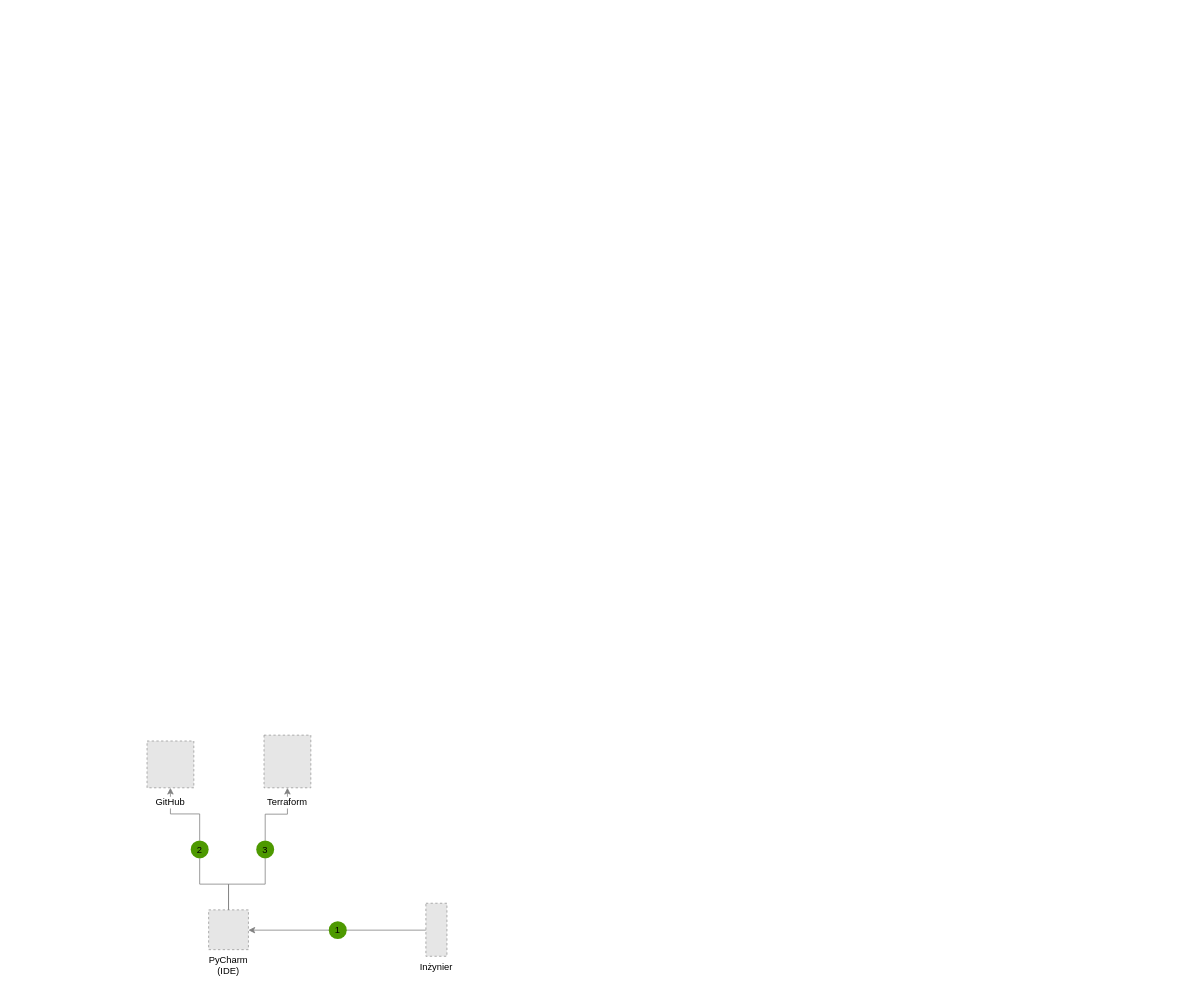
Before: Untitled Diagram.drawio in Qerdo97/PracaInzynierska, a draw.io diagram. Source tidied: cells renumbered, new cells numbered last; positions are measured from the earlier drawing's top-left corner, leaving out a move shared by most shapes. Both pictures are drawn from the tidied source at 78%, with x=0, y=0 at pixel (147, 735). Pictures stored in the file or linked from it are replaced by grey dashed boxes.
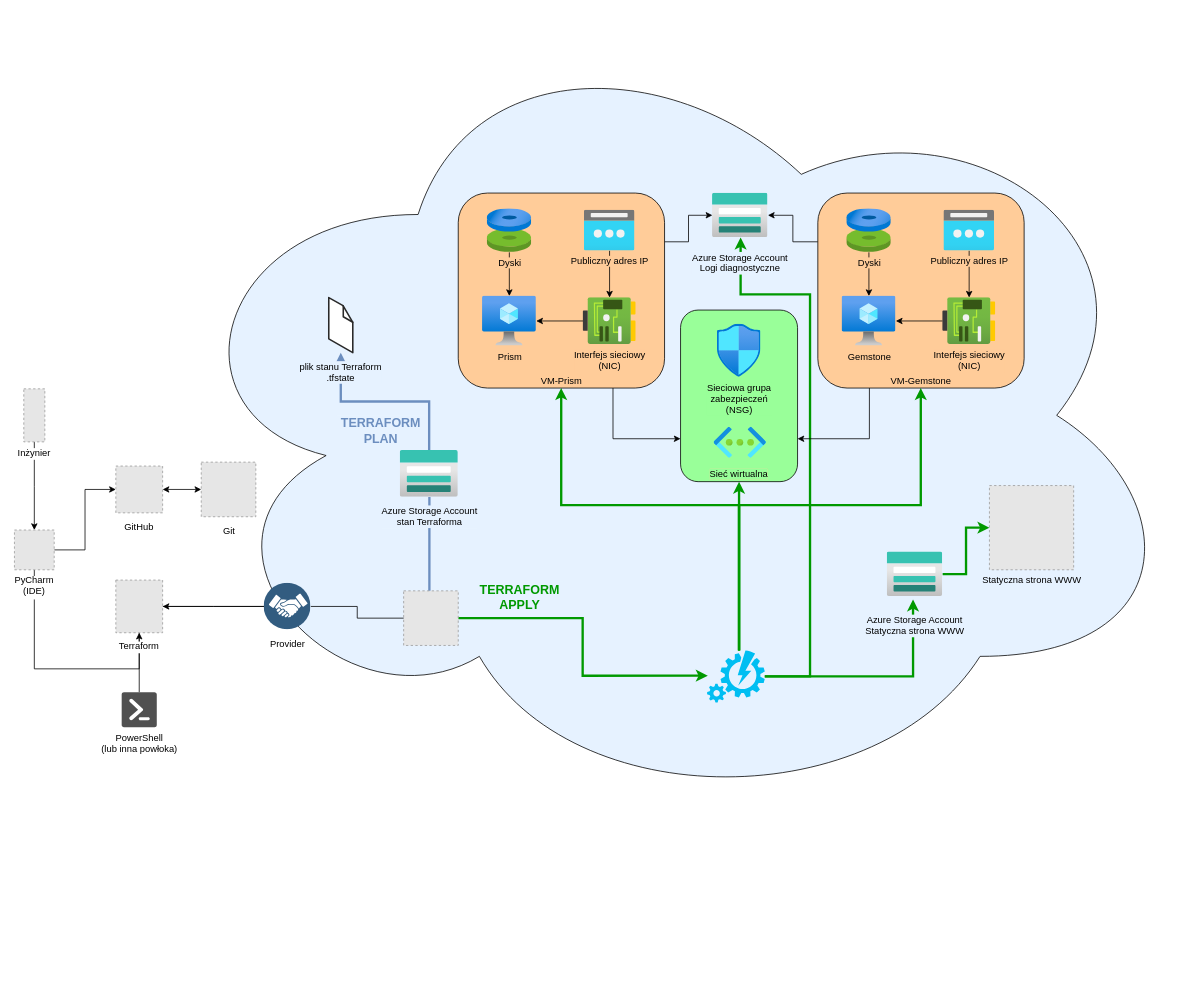
The same page after the edit.

Change to the diagram source:
```diff
@@
-    <mxCell id="2" style="edgeStyle=orthogonalEdgeStyle;rounded=0;jettySize=auto;html=1;exitX=0.5;exitY=0;exitDx=0;exitDy=0;entryX=0.5;entryY=1;entryDx=0;entryDy=0;startArrow=none;strokeColor=#808080;" parent="1" edge="1" source="12" target="6">
-      <mxGeometry relative="1" as="geometry" />
-    </mxCell>
-    <mxCell id="3" style="edgeStyle=elbowEdgeStyle;rounded=0;jettySize=auto;elbow=vertical;html=1;strokeColor=#808080;startArrow=none;" parent="1" edge="1" source="10" target="5">
-      <mxGeometry relative="1" as="geometry" />
-    </mxCell>
+    <mxCell id="14" style="edgeStyle=orthogonalEdgeStyle;rounded=0;jettySize=auto;html=1;entryX=0.5;entryY=1;entryDx=0;entryDy=0;fontSize=16;fontColor=#009900;startArrow=none;startFill=0;endArrow=classic;endFill=1;strokeColor=#000000;strokeWidth=1;" parent="1" edge="1" source="7" target="6">
+      <mxGeometry relative="1" as="geometry">
+        <Array as="points">
+          <mxPoint x="-145" y="-85" />
+          <mxPoint x="-10" y="-85" />
+        </Array>
+      </mxGeometry>
+    </mxCell>
+    <mxCell id="15" style="edgeStyle=orthogonalEdgeStyle;rounded=0;jettySize=auto;html=1;entryX=0.5;entryY=1;entryDx=0;entryDy=0;fontColor=default;startArrow=none;startFill=0;endArrow=none;endFill=0;strokeColor=#000000;" parent="1" edge="1" source="21" target="6">
+      <mxGeometry relative="1" as="geometry" />
+    </mxCell>
-    <mxCell id="4" style="edgeStyle=elbowEdgeStyle;rounded=0;jettySize=auto;elbow=vertical;html=1;strokeColor=#808080;" parent="1" edge="1" source="8" target="7">
+    <mxCell id="4" style="edgeStyle=elbowEdgeStyle;rounded=0;jettySize=auto;elbow=vertical;html=1;strokeColor=#000000;" parent="1" edge="1" source="8" target="7">
       <mxGeometry relative="1" as="geometry" />
     </mxCell>
+    <mxCell id="16" style="edgeStyle=orthogonalEdgeStyle;rounded=0;jettySize=auto;html=1;fontColor=#000000;startArrow=none;startFill=0;endArrow=none;endFill=0;strokeColor=#000000;" parent="1" edge="1" source="6" target="22">
+      <mxGeometry relative="1" as="geometry" />
+    </mxCell>
+    <mxCell id="17" style="edgeStyle=orthogonalEdgeStyle;rounded=0;jettySize=auto;html=1;fontColor=#000000;startArrow=classic;startFill=1;endArrow=none;endFill=0;strokeColor=#000000;" parent="1" edge="1" source="6" target="22">
+      <mxGeometry relative="1" as="geometry" />
+    </mxCell>
+    <mxCell id="8" value="Inżynier" style="fillColor=#E6E6E6;strokeColor=#999999;dashed=1;verticalLabelPosition=bottom;labelBackgroundColor=default;verticalAlign=top;" parent="1" vertex="1">
+      <mxGeometry x="-158" y="-444" width="27" height="68" as="geometry" />
+    </mxCell>
+    <mxCell id="18" style="ellipse;shape=cloud;whiteSpace=wrap;html=1;labelBackgroundColor=default;fillColor=#E6F2FF;" parent="1" vertex="1">
+      <mxGeometry x="20" y="-925" width="1310" height="1030" as="geometry" />
+    </mxCell>
+    <mxCell id="19" style="edgeStyle=orthogonalEdgeStyle;rounded=0;jettySize=auto;html=1;exitX=0.5;exitY=0;exitDx=0;exitDy=0;startArrow=none;startFill=1;strokeColor=#6c8ebf;fillColor=#dae8fc;strokeWidth=3;" parent="1" edge="1" source="62" target="20">
+      <mxGeometry relative="1" as="geometry" />
+    </mxCell>
+    <mxCell id="20" value="plik stanu Terraform&lt;br&gt;.tfstate" style="verticalLabelPosition=bottom;html=1;verticalAlign=top;strokeWidth=1;align=center;outlineConnect=0;dashed=0;outlineConnect=0;shape=mxgraph.aws3d.file;strokeColor=#292929;labelBackgroundColor=#E6F2FF;spacingTop=4;" parent="1" vertex="1">
+      <mxGeometry x="233" y="-561" width="30.8" height="70.6" as="geometry" />
+    </mxCell>
+    <mxCell id="21" value="PowerShell&lt;br&gt;(lub inna powłoka)" style="sketch=0;shadow=0;dashed=0;html=1;strokeColor=none;fillColor=#505050;labelPosition=center;verticalLabelPosition=bottom;verticalAlign=top;outlineConnect=0;align=center;shape=mxgraph.office.concepts.powershell;labelBackgroundColor=default;labelBorderColor=none;fontColor=default;" parent="1" vertex="1">
+      <mxGeometry x="-32.5" y="-55" width="45" height="45" as="geometry" />
+    </mxCell>
+    <mxCell id="22" value="&lt;font color=&quot;#000000&quot;&gt;Provider&lt;/font&gt;" style="perimeter=ellipsePerimeter;html=1;align=center;shadow=0;dashed=0;fontColor=#4277BB;labelBackgroundColor=#ffffff;fontSize=12;spacingTop=4;image;image=img/lib/ibm/blockchain/membership_services_provider_api.svg;labelBorderColor=none;" parent="1" vertex="1">
+      <mxGeometry x="150" y="-195" width="60" height="60" as="geometry" />
+    </mxCell>
+    <mxCell id="23" style="edgeStyle=orthogonalEdgeStyle;rounded=0;jettySize=auto;html=1;exitX=1;exitY=0.5;exitDx=0;exitDy=0;entryX=0.013;entryY=0.486;entryDx=0;entryDy=0;entryPerimeter=0;fontColor=#000000;startArrow=none;startFill=0;endArrow=classic;endFill=1;strokeColor=#009900;strokeWidth=3;" parent="1" edge="1" source="25" target="32">
+      <mxGeometry relative="1" as="geometry" />
+    </mxCell>
+    <mxCell id="24" style="edgeStyle=orthogonalEdgeStyle;rounded=0;jettySize=auto;html=1;fontSize=16;fontColor=#009900;startArrow=none;startFill=0;endArrow=none;endFill=0;strokeColor=#6C8EBF;strokeWidth=3;" parent="1" edge="1" source="25" target="62">
+      <mxGeometry relative="1" as="geometry">
+        <Array as="points">
+          <mxPoint x="362" y="-205" />
+          <mxPoint x="362" y="-205" />
+        </Array>
+      </mxGeometry>
+    </mxCell>
+    <mxCell id="25" style="fillColor=#E6E6E6;strokeColor=#999999;dashed=1;verticalLabelPosition=bottom;labelBackgroundColor=#ffffff;verticalAlign=top;" parent="1" vertex="1">
+      <mxGeometry x="329" y="-185" width="70" height="70" as="geometry" />
+    </mxCell>
+    <mxCell id="26" style="edgeStyle=orthogonalEdgeStyle;rounded=0;jettySize=auto;html=1;startArrow=none;startFill=1;strokeColor=#000000;endArrow=none;fillColor=#dae8fc;strokeWidth=1;" parent="1" edge="1" source="22" target="25">
+      <mxGeometry relative="1" as="geometry" />
+    </mxCell>
+    <mxCell id="27" style="edgeStyle=orthogonalEdgeStyle;rounded=0;jettySize=auto;html=1;fontColor=#000000;startArrow=none;startFill=0;endArrow=classic;endFill=1;strokeColor=#009900;strokeWidth=3;" parent="1" edge="1" source="32" target="36">
+      <mxGeometry relative="1" as="geometry">
+        <Array as="points">
+          <mxPoint x="759" y="-295" />
+          <mxPoint x="531" y="-295" />
+        </Array>
+      </mxGeometry>
+    </mxCell>
+    <mxCell id="28" style="edgeStyle=orthogonalEdgeStyle;rounded=0;jettySize=auto;html=1;fontColor=#000000;startArrow=none;startFill=0;endArrow=classic;endFill=1;strokeColor=#009900;strokeWidth=3;" parent="1" edge="1" source="32" target="46">
+      <mxGeometry relative="1" as="geometry">
+        <Array as="points">
+          <mxPoint x="759" y="-295" />
+          <mxPoint x="992" y="-295" />
+        </Array>
+      </mxGeometry>
+    </mxCell>
+    <mxCell id="29" style="edgeStyle=orthogonalEdgeStyle;rounded=0;jettySize=auto;html=1;entryX=0.5;entryY=1;entryDx=0;entryDy=0;fontColor=#000000;startArrow=none;startFill=0;endArrow=classic;endFill=1;strokeColor=#009900;strokeWidth=3;" parent="1" edge="1" source="32" target="54">
+      <mxGeometry relative="1" as="geometry">
+        <Array as="points">
+          <mxPoint x="759" y="-185" />
+          <mxPoint x="759" y="-185" />
+        </Array>
+      </mxGeometry>
+    </mxCell>
+    <mxCell id="30" style="edgeStyle=orthogonalEdgeStyle;rounded=0;jettySize=auto;html=1;fontColor=#000000;startArrow=none;startFill=0;endArrow=classic;endFill=1;strokeColor=#009900;strokeWidth=3;" parent="1" edge="1" source="32" target="33">
+      <mxGeometry relative="1" as="geometry">
+        <Array as="points">
+          <mxPoint x="850" y="-75" />
+          <mxPoint x="850" y="-565" />
+          <mxPoint x="761" y="-565" />
+        </Array>
+      </mxGeometry>
+    </mxCell>
+    <mxCell id="31" style="edgeStyle=orthogonalEdgeStyle;rounded=0;jettySize=auto;html=1;entryX=0.467;entryY=1.07;entryDx=0;entryDy=0;entryPerimeter=0;fontColor=#000000;startArrow=none;startFill=0;endArrow=classic;endFill=1;strokeColor=#009900;strokeWidth=3;" parent="1" edge="1" source="32" target="58">
+      <mxGeometry relative="1" as="geometry" />
+    </mxCell>
+    <mxCell id="32" style="verticalLabelPosition=bottom;html=1;verticalAlign=top;align=center;strokeColor=none;fillColor=#00BEF2;shape=mxgraph.azure.automation;labelBackgroundColor=default;labelBorderColor=none;fontColor=#000000;" parent="1" vertex="1">
+      <mxGeometry x="718" y="-108.6" width="74" height="66.6" as="geometry" />
+    </mxCell>
+    <mxCell id="33" value="&lt;span&gt;Azure Storage Account&lt;br&gt;Logi diagnostyczne&lt;br&gt;&lt;/span&gt;" style="html=1;points=[];align=center;image;fontSize=12;image=img/lib/azure2/storage/Storage_Accounts.svg;labelBackgroundColor=#E6F2FF;spacingTop=12;labelBorderColor=none;fontColor=default;" parent="1" vertex="1">
+      <mxGeometry x="724.8" y="-695" width="71.2" height="57" as="geometry" />
+    </mxCell>
+    <mxCell id="34" style="edgeStyle=orthogonalEdgeStyle;rounded=0;jettySize=auto;html=1;exitX=1;exitY=0.25;exitDx=0;exitDy=0;fontColor=#000000;startArrow=none;startFill=0;endArrow=classic;endFill=1;strokeColor=#000000;strokeWidth=1;" parent="1" edge="1" source="36" target="33">
+      <mxGeometry relative="1" as="geometry" />
+    </mxCell>
+    <mxCell id="35" style="edgeStyle=orthogonalEdgeStyle;rounded=0;jettySize=auto;html=1;exitX=0.75;exitY=1;exitDx=0;exitDy=0;entryX=0;entryY=0.75;entryDx=0;entryDy=0;fontColor=#000000;startArrow=none;startFill=0;endArrow=classic;endFill=1;strokeColor=#000000;strokeWidth=1;" parent="1" edge="1" source="36" target="54">
+      <mxGeometry relative="1" as="geometry" />
+    </mxCell>
+    <mxCell id="36" value="VM-Prism" style="rounded=1;whiteSpace=wrap;html=1;labelBackgroundColor=#FFCC99;labelBorderColor=none;fontColor=#000000;verticalAlign=bottom;fillColor=#FFCC99;" parent="1" vertex="1">
+      <mxGeometry x="399" y="-695" width="264.5" height="250" as="geometry" />
+    </mxCell>
+    <mxCell id="37" style="edgeStyle=orthogonalEdgeStyle;rounded=0;jettySize=auto;html=1;fontColor=#000000;startArrow=none;startFill=0;endArrow=classic;endFill=1;strokeColor=#000000;strokeWidth=1;" parent="1" edge="1" source="38" target="40">
+      <mxGeometry relative="1" as="geometry" />
+    </mxCell>
+    <mxCell id="38" value="Publiczny adres IP" style="html=1;points=[];align=center;image;fontSize=12;image=img/lib/azure2/networking/Public_IP_Addresses.svg;labelBackgroundColor=#FFCC99;labelBorderColor=none;fontColor=#000000;" parent="1" vertex="1">
+      <mxGeometry x="560.5" y="-673" width="65" height="52" as="geometry" />
+    </mxCell>
+    <mxCell id="39" style="edgeStyle=orthogonalEdgeStyle;rounded=0;jettySize=auto;html=1;fontColor=#000000;startArrow=none;startFill=0;endArrow=classic;endFill=1;strokeColor=#000000;strokeWidth=1;" parent="1" edge="1" source="40" target="41">
+      <mxGeometry relative="1" as="geometry" />
+    </mxCell>
+    <mxCell id="40" value="Interfejs sieciowy&lt;br&gt;(NIC)" style="html=1;points=[];align=center;image;fontSize=12;image=img/lib/azure2/networking/Network_Interfaces.svg;labelBackgroundColor=#FFCC99;labelBorderColor=none;fontColor=#000000;" parent="1" vertex="1">
+      <mxGeometry x="559" y="-561" width="68" height="60" as="geometry" />
+    </mxCell>
+    <mxCell id="41" value="Prism" style="html=1;points=[];align=center;image;fontSize=12;image=img/lib/azure2/compute/Virtual_Machine.svg;labelBackgroundColor=#FFCC99;labelBorderColor=none;fontColor=#000000;" parent="1" vertex="1">
+      <mxGeometry x="430" y="-563" width="69" height="64" as="geometry" />
+    </mxCell>
+    <mxCell id="42" style="edgeStyle=orthogonalEdgeStyle;rounded=0;jettySize=auto;html=1;fontColor=#000000;startArrow=none;startFill=0;endArrow=classic;endFill=1;strokeColor=#000000;strokeWidth=1;" parent="1" edge="1" source="43" target="41">
+      <mxGeometry relative="1" as="geometry" />
+    </mxCell>
+    <mxCell id="43" value="Dyski" style="html=1;points=[];align=center;image;fontSize=12;image=img/lib/azure2/compute/Disks.svg;labelBackgroundColor=#FFCC99;labelBorderColor=none;fontColor=#000000;fillColor=#FFCC99;" parent="1" vertex="1">
+      <mxGeometry x="436" y="-675" width="57" height="56" as="geometry" />
+    </mxCell>
+    <mxCell id="44" style="edgeStyle=orthogonalEdgeStyle;rounded=0;jettySize=auto;html=1;exitX=0;exitY=0.25;exitDx=0;exitDy=0;fontColor=#000000;startArrow=none;startFill=0;endArrow=classic;endFill=1;strokeColor=#000000;strokeWidth=1;" parent="1" edge="1" source="46" target="33">
+      <mxGeometry relative="1" as="geometry" />
+    </mxCell>
+    <mxCell id="45" style="edgeStyle=orthogonalEdgeStyle;rounded=0;jettySize=auto;html=1;exitX=0.25;exitY=1;exitDx=0;exitDy=0;entryX=1;entryY=0.75;entryDx=0;entryDy=0;fontColor=#000000;startArrow=none;startFill=0;endArrow=classic;endFill=1;strokeColor=#000000;strokeWidth=1;" parent="1" edge="1" source="46" target="54">
+      <mxGeometry relative="1" as="geometry" />
+    </mxCell>
+    <mxCell id="46" value="VM-Gemstone" style="rounded=1;whiteSpace=wrap;html=1;labelBackgroundColor=#FFCC99;labelBorderColor=none;fontColor=#000000;verticalAlign=bottom;fillColor=#FFCC99;" parent="1" vertex="1">
+      <mxGeometry x="860" y="-695" width="264.5" height="250" as="geometry" />
+    </mxCell>
+    <mxCell id="47" style="edgeStyle=orthogonalEdgeStyle;rounded=0;jettySize=auto;html=1;fontColor=#000000;startArrow=none;startFill=0;endArrow=classic;endFill=1;strokeColor=#000000;strokeWidth=1;" parent="1" edge="1" source="48" target="50">
+      <mxGeometry relative="1" as="geometry" />
+    </mxCell>
+    <mxCell id="48" value="Publiczny adres IP" style="html=1;points=[];align=center;image;fontSize=12;image=img/lib/azure2/networking/Public_IP_Addresses.svg;labelBackgroundColor=#FFCC99;labelBorderColor=none;fontColor=#000000;" parent="1" vertex="1">
+      <mxGeometry x="1021.5" y="-673" width="65" height="52" as="geometry" />
+    </mxCell>
+    <mxCell id="49" style="edgeStyle=orthogonalEdgeStyle;rounded=0;jettySize=auto;html=1;fontColor=#000000;startArrow=none;startFill=0;endArrow=classic;endFill=1;strokeColor=#000000;strokeWidth=1;" parent="1" edge="1" source="50" target="51">
+      <mxGeometry relative="1" as="geometry" />
+    </mxCell>
+    <mxCell id="50" value="Interfejs sieciowy&lt;br&gt;(NIC)" style="html=1;points=[];align=center;image;fontSize=12;image=img/lib/azure2/networking/Network_Interfaces.svg;labelBackgroundColor=#FFCC99;labelBorderColor=none;fontColor=#000000;" parent="1" vertex="1">
+      <mxGeometry x="1020" y="-561" width="68" height="60" as="geometry" />
+    </mxCell>
+    <mxCell id="51" value="Gemstone" style="html=1;points=[];align=center;image;fontSize=12;image=img/lib/azure2/compute/Virtual_Machine.svg;labelBackgroundColor=#FFCC99;labelBorderColor=none;fontColor=#000000;" parent="1" vertex="1">
+      <mxGeometry x="891" y="-563" width="69" height="64" as="geometry" />
+    </mxCell>
+    <mxCell id="52" style="edgeStyle=orthogonalEdgeStyle;rounded=0;jettySize=auto;html=1;fontColor=#000000;startArrow=none;startFill=0;endArrow=classic;endFill=1;strokeColor=#000000;strokeWidth=1;" parent="1" edge="1" source="53" target="51">
+      <mxGeometry relative="1" as="geometry" />
+    </mxCell>
+    <mxCell id="53" value="Dyski" style="html=1;points=[];align=center;image;fontSize=12;image=img/lib/azure2/compute/Disks.svg;labelBackgroundColor=#FFCC99;labelBorderColor=none;fontColor=#000000;fillColor=#FFCC99;" parent="1" vertex="1">
+      <mxGeometry x="897" y="-675" width="57" height="56" as="geometry" />
+    </mxCell>
+    <mxCell id="54" value="&lt;span style=&quot;background-color: rgb(153 , 255 , 153)&quot;&gt;Sieć wirtualna&lt;/span&gt;" style="rounded=1;whiteSpace=wrap;html=1;labelBackgroundColor=#FFCC99;labelBorderColor=none;fontColor=#000000;fillColor=#99FF99;verticalAlign=bottom;" parent="1" vertex="1">
+      <mxGeometry x="684" y="-545" width="150" height="220" as="geometry" />
+    </mxCell>
+    <mxCell id="55" style="html=1;align=center;image;fontSize=12;image=img/lib/azure2/networking/Virtual_Networks.svg;labelBackgroundColor=default;labelBorderColor=none;fontColor=#000000;" parent="1" vertex="1">
+      <mxGeometry x="726.9" y="-395" width="67" height="40" as="geometry" />
+    </mxCell>
+    <mxCell id="56" value="&lt;span style=&quot;&quot;&gt;Sieciowa grupa &lt;br&gt;zabezpieczeń&lt;br&gt;(NSG)&lt;/span&gt;" style="html=1;align=center;image;fontSize=12;image=img/lib/azure2/networking/Network_Security_Groups.svg;labelBackgroundColor=#99FF99;labelBorderColor=none;fontColor=#000000;" parent="1" vertex="1">
+      <mxGeometry x="731" y="-527" width="56" height="68" as="geometry" />
+    </mxCell>
+    <mxCell id="57" style="edgeStyle=orthogonalEdgeStyle;rounded=0;jettySize=auto;html=1;fontColor=#000000;startArrow=none;startFill=0;endArrow=classic;endFill=1;strokeColor=#009900;strokeWidth=3;" parent="1" edge="1" source="58" target="59">
+      <mxGeometry relative="1" as="geometry" />
+    </mxCell>
+    <mxCell id="58" value="&lt;span&gt;Azure Storage Account&lt;br&gt;Statyczna strona WWW&lt;br&gt;&lt;/span&gt;" style="html=1;points=[];align=center;image;fontSize=12;image=img/lib/azure2/storage/Storage_Accounts.svg;labelBackgroundColor=#E6F2FF;spacingTop=17;labelBorderColor=none;fontColor=default;" parent="1" vertex="1">
+      <mxGeometry x="948.8" y="-235" width="71.2" height="57" as="geometry" />
+    </mxCell>
+    <mxCell id="59" value="&lt;span style=&quot;&quot;&gt;Statyczna strona WWW&lt;/span&gt;" style="fillColor=#E6E6E6;strokeColor=#999999;dashed=1;html=1;verticalAlign=top;verticalLabelPosition=bottom;labelBackgroundColor=#E6F2FF;fontColor=#000000;" parent="1" vertex="1">
+      <mxGeometry x="1080" y="-320" width="108" height="108" as="geometry" />
+    </mxCell>
+    <mxCell id="60" value="&lt;b style=&quot;font-size: 16px&quot;&gt;&lt;font style=&quot;font-size: 16px&quot; color=&quot;#6c8ebf&quot;&gt;TERRAFORM PLAN&lt;/font&gt;&lt;/b&gt;" style="text;html=1;strokeColor=none;fillColor=none;align=center;verticalAlign=middle;whiteSpace=wrap;rounded=0;labelBackgroundColor=#E6F2FF;labelBorderColor=none;fontColor=#000000;fontSize=16;" parent="1" vertex="1">
+      <mxGeometry x="241.9" y="-425" width="115.6" height="70" as="geometry" />
+    </mxCell>
+    <mxCell id="61" value="&lt;b style=&quot;font-size: 16px&quot;&gt;&lt;font style=&quot;font-size: 16px&quot; color=&quot;#009900&quot;&gt;TERRAFORM APPLY&lt;/font&gt;&lt;/b&gt;" style="text;html=1;strokeColor=none;fillColor=none;align=center;verticalAlign=middle;whiteSpace=wrap;rounded=0;labelBackgroundColor=#E6F2FF;labelBorderColor=none;fontColor=#000000;fontSize=16;" parent="1" vertex="1">
+      <mxGeometry x="420" y="-212" width="115.6" height="70" as="geometry" />
+    </mxCell>
+    <mxCell id="62" value="&lt;span&gt;Azure Storage Account&lt;br&gt;stan Terraforma&lt;br&gt;&lt;/span&gt;" style="html=1;points=[];align=center;image;fontSize=12;image=img/lib/azure2/storage/Storage_Accounts.svg;labelBackgroundColor=#E6F2FF;spacingTop=4;labelBorderColor=none;fontColor=default;" parent="1" vertex="1">
+      <mxGeometry x="324.4" y="-365" width="74.6" height="59.7" as="geometry" />
+    </mxCell>
+    <mxCell id="6" value="Terraform" style="fillColor=#E6E6E6;strokeColor=#999999;dashed=1;verticalLabelPosition=bottom;labelBackgroundColor=default;verticalAlign=top;spacingTop=4;" parent="1" vertex="1">
+      <mxGeometry x="-40" y="-198.8" width="60" height="67.5" as="geometry" />
+    </mxCell>
     <mxCell id="5" value="GitHub" style="fillColor=#E6E6E6;strokeColor=#999999;dashed=1;verticalLabelPosition=bottom;labelBackgroundColor=#ffffff;verticalAlign=top;spacingTop=4;" parent="1" vertex="1">
-      <mxGeometry y="7.5" width="60" height="60" as="geometry" />
+      <mxGeometry x="-40" y="-345" width="60" height="60" as="geometry" />
     </mxCell>
-    <mxCell id="6" value="Terraform" style="fillColor=#E6E6E6;strokeColor=#999999;dashed=1;verticalLabelPosition=bottom;labelBackgroundColor=default;verticalAlign=top;spacingTop=4;" parent="1" vertex="1">
-      <mxGeometry x="150" width="60" height="67.5" as="geometry" />
-    </mxCell>
+    <mxCell id="63" style="edgeStyle=orthogonalEdgeStyle;rounded=0;jettySize=auto;html=1;entryX=1;entryY=0.5;entryDx=0;entryDy=0;fontSize=16;fontColor=#009900;startArrow=classic;startFill=1;endArrow=classic;endFill=1;strokeColor=#000000;strokeWidth=1;" parent="1" edge="1" source="64" target="5">
+      <mxGeometry relative="1" as="geometry" />
+    </mxCell>
+    <mxCell id="64" value="Git" style="fillColor=#E6E6E6;strokeColor=#999999;dashed=1;html=1;verticalAlign=top;verticalLabelPosition=bottom;labelBackgroundColor=#ffffff;spacingTop=4;" parent="1" vertex="1">
+      <mxGeometry x="69.5" y="-350" width="70" height="70" as="geometry" />
+    </mxCell>
+    <mxCell id="65" style="edgeStyle=orthogonalEdgeStyle;rounded=0;jettySize=auto;html=1;entryX=0;entryY=0.5;entryDx=0;entryDy=0;fontSize=16;fontColor=#009900;startArrow=none;startFill=0;endArrow=classic;endFill=1;strokeColor=#000000;strokeWidth=1;" parent="1" edge="1" source="7" target="5">
+      <mxGeometry relative="1" as="geometry" />
+    </mxCell>
-    <mxCell id="7" value="PyCharm&#10;(IDE)" style="fillColor=#E6E6E6;strokeColor=#999999;dashed=1;verticalLabelPosition=bottom;labelBackgroundColor=none;verticalAlign=top;" parent="1" vertex="1">
-      <mxGeometry x="79" y="224" width="51" height="51" as="geometry" />
+    <mxCell id="7" value="PyCharm&#10;(IDE)" style="fillColor=#E6E6E6;strokeColor=#999999;dashed=1;verticalLabelPosition=bottom;labelBackgroundColor=default;verticalAlign=top;" parent="1" vertex="1">
+      <mxGeometry x="-170" y="-263" width="51" height="51" as="geometry" />
     </mxCell>
-    <mxCell id="8" value="Inżynier" style="fillColor=#E6E6E6;strokeColor=#999999;dashed=1;verticalLabelPosition=bottom;labelBackgroundColor=none;verticalAlign=top;" parent="1" vertex="1">
-      <mxGeometry x="357.5" y="215.5" width="27" height="68" as="geometry" />
-    </mxCell>
-    <mxCell id="9" value="1" style="ellipse;whiteSpace=wrap;html=1;fillColor=#4D9900;strokeColor=none;labelBackgroundColor=none;" parent="1" vertex="1">
-      <mxGeometry x="233" y="238.5" width="23" height="23" as="geometry" />
-    </mxCell>
-    <mxCell id="10" value="2" style="ellipse;whiteSpace=wrap;html=1;fillColor=#4D9900;strokeColor=none;labelBackgroundColor=none;" parent="1" vertex="1">
-      <mxGeometry x="56" y="135" width="23" height="23" as="geometry" />
-    </mxCell>
-    <mxCell id="11" style="edgeStyle=elbowEdgeStyle;rounded=0;jettySize=auto;elbow=vertical;html=1;strokeColor=#808080;endArrow=none;" parent="1" edge="1" source="7" target="10">
-      <mxGeometry relative="1" as="geometry" />
-    </mxCell>
-    <mxCell id="12" value="3" style="ellipse;whiteSpace=wrap;html=1;fillColor=#4D9900;strokeColor=none;labelBackgroundColor=none;" parent="1" vertex="1">
-      <mxGeometry x="140" y="135" width="23" height="23" as="geometry" />
-    </mxCell>
-    <mxCell id="13" style="edgeStyle=orthogonalEdgeStyle;rounded=0;jettySize=auto;html=1;exitX=0.5;exitY=0;exitDx=0;exitDy=0;entryX=0.5;entryY=1;entryDx=0;entryDy=0;endArrow=none;strokeColor=#808080;" parent="1" edge="1" source="7" target="12">
-      <mxGeometry relative="1" as="geometry" />
-    </mxCell>
```
